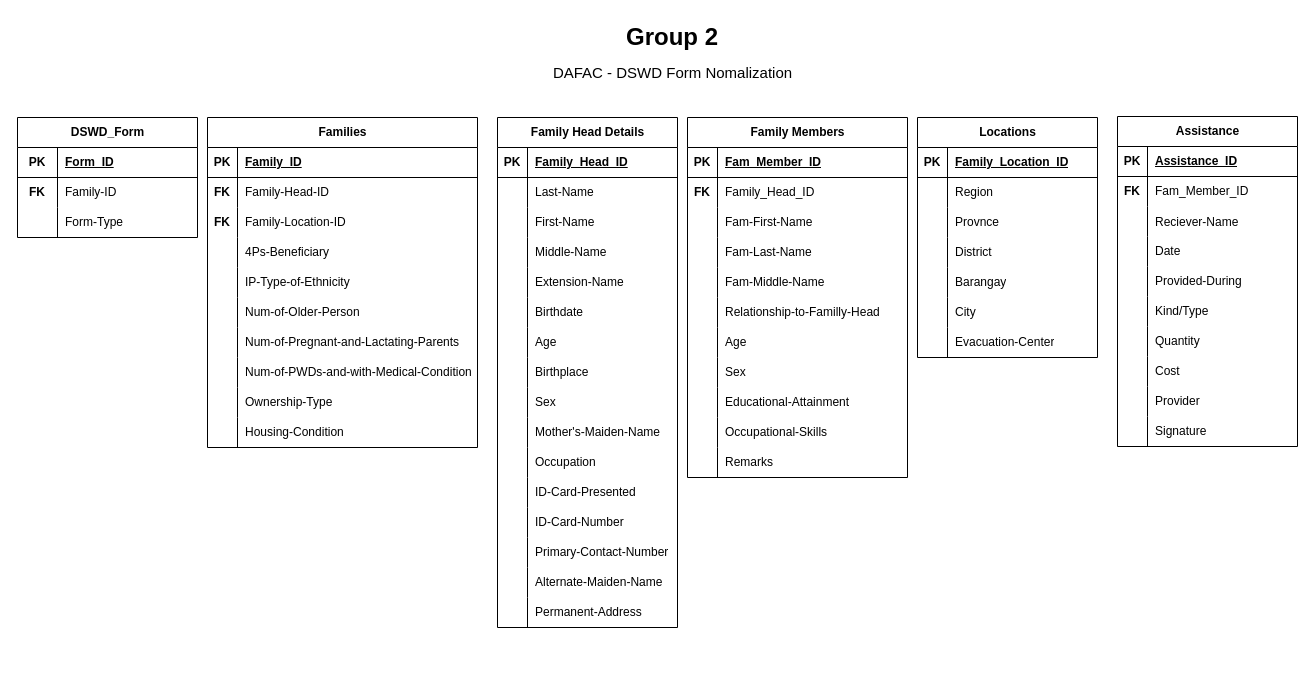
Above: DSWDForm.drawio in Lanxxxe/Apartment-Watch (draw.io), before the change. Source tidied: cells renumbered, new cells numbered last; positions are measured from the earlier drawing's top-left corner, leaving out a move shared by most shapes. Both pictures are drawn from the tidied source at 100%, with x=0, y=0 at pixel (17, 17).
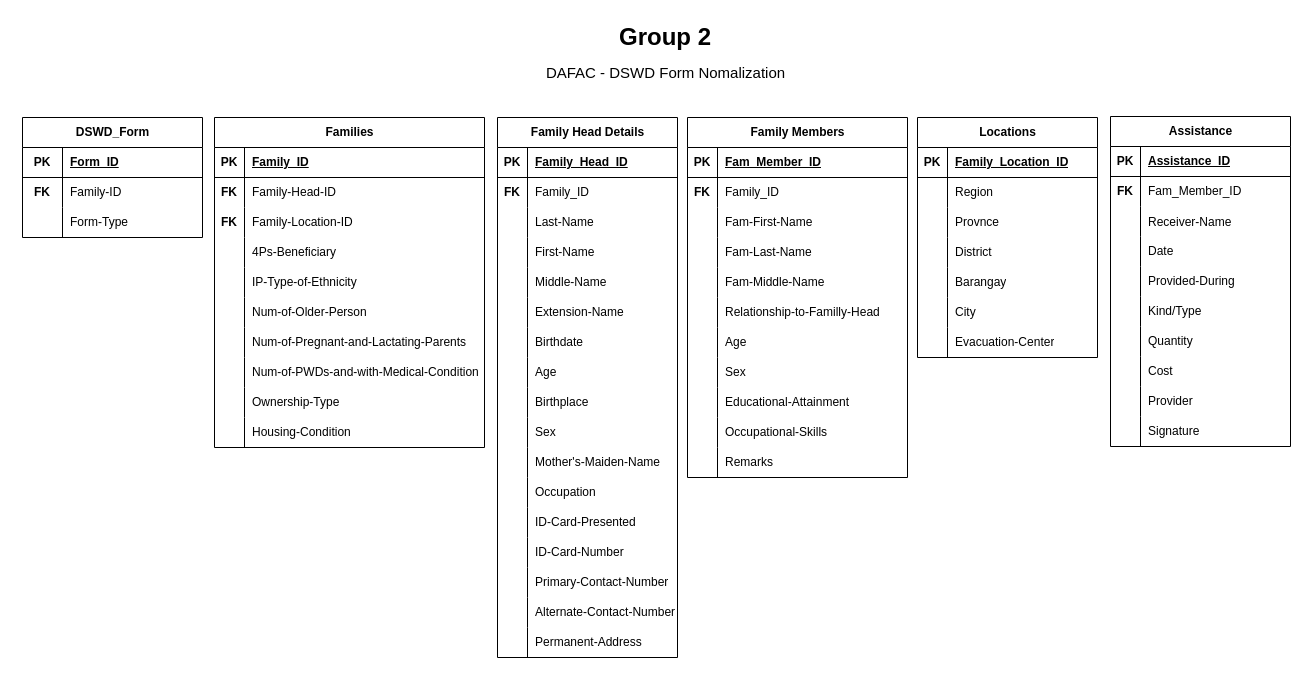
The same diagram, later.

The change refers to these unchanged cells:
```xml
<mxCell id="86" style="shape=tableRow;horizontal=0;startSize=0;swimlaneHead=0;swimlaneBody=0;fillColor=none;top=0;left=0;right=0;bottom=0;" parent="82" vertex="1">
  <mxGeometry y="60" width="220" height="30" as="geometry" />
</mxCell>
<mxCell id="145" style="shape=tableRow;horizontal=0;startSize=0;swimlaneHead=0;swimlaneBody=0;fillColor=none;top=0;left=0;right=0;bottom=0;" parent="138" vertex="1">
  <mxGeometry y="90" width="180" height="30" as="geometry" />
</mxCell>
```

Change to the diagram source:
```diff
@@
     <mxCell id="2" value="Families" style="shape=table;startSize=30;childLayout=tableLayout;rowLines=0;fontStyle=1;align=center;html=1;" parent="1" vertex="1">
-      <mxGeometry x="190" y="100" width="270" height="330" as="geometry" />
+      <mxGeometry x="197" y="100" width="270" height="330" as="geometry" />
     </mxCell>
@@
     <mxCell id="33" value="Family Head Details" style="shape=table;startSize=30;childLayout=tableLayout;rowLines=0;fontStyle=1;align=center;html=1;" parent="1" vertex="1">
-      <mxGeometry x="480" y="100" width="180" height="510" as="geometry" />
+      <mxGeometry x="480" y="100" width="180" height="540" as="geometry" />
     </mxCell>
@@
+    <mxCell id="181" style="shape=tableRow;horizontal=0;startSize=0;swimlaneHead=0;swimlaneBody=0;fillColor=none;top=0;left=0;right=0;bottom=0;" parent="33" vertex="1">
+      <mxGeometry y="60" width="180" height="30" as="geometry" />
+    </mxCell>
+    <mxCell id="182" value="&lt;b&gt;FK&lt;/b&gt;" style="shape=partialRectangle;fillColor=none;top=0;left=0;bottom=0;right=0;overflow=hidden;whiteSpace=wrap;html=1;" parent="181" vertex="1">
+      <mxGeometry width="30" height="30" as="geometry" />
+    </mxCell>
+    <mxCell id="183" value="Family_ID" style="shape=partialRectangle;fillColor=none;top=0;left=0;bottom=0;right=0;align=left;spacingLeft=6;overflow=hidden;whiteSpace=wrap;html=1;" parent="181" vertex="1">
+      <mxGeometry x="30" width="150" height="30" as="geometry" />
+    </mxCell>
     <mxCell id="37" style="shape=tableRow;horizontal=0;startSize=0;swimlaneHead=0;swimlaneBody=0;fillColor=none;top=0;left=0;right=0;bottom=0;" parent="33" vertex="1">
-      <mxGeometry y="60" width="180" height="30" as="geometry" />
+      <mxGeometry y="90" width="180" height="30" as="geometry" />
     </mxCell>
@@
     <mxCell id="40" style="shape=tableRow;horizontal=0;startSize=0;swimlaneHead=0;swimlaneBody=0;fillColor=none;top=0;left=0;right=0;bottom=0;" parent="33" vertex="1">
-      <mxGeometry y="90" width="180" height="30" as="geometry" />
+      <mxGeometry y="120" width="180" height="30" as="geometry" />
     </mxCell>
@@
     <mxCell id="43" style="shape=tableRow;horizontal=0;startSize=0;swimlaneHead=0;swimlaneBody=0;fillColor=none;top=0;left=0;right=0;bottom=0;" parent="33" vertex="1">
-      <mxGeometry y="120" width="180" height="30" as="geometry" />
+      <mxGeometry y="150" width="180" height="30" as="geometry" />
     </mxCell>
@@
     <mxCell id="46" style="shape=tableRow;horizontal=0;startSize=0;swimlaneHead=0;swimlaneBody=0;fillColor=none;top=0;left=0;right=0;bottom=0;" parent="33" vertex="1">
-      <mxGeometry y="150" width="180" height="30" as="geometry" />
+      <mxGeometry y="180" width="180" height="30" as="geometry" />
     </mxCell>
@@
     <mxCell id="49" style="shape=tableRow;horizontal=0;startSize=0;swimlaneHead=0;swimlaneBody=0;fillColor=none;top=0;left=0;right=0;bottom=0;" parent="33" vertex="1">
-      <mxGeometry y="180" width="180" height="30" as="geometry" />
+      <mxGeometry y="210" width="180" height="30" as="geometry" />
     </mxCell>
@@
     <mxCell id="52" style="shape=tableRow;horizontal=0;startSize=0;swimlaneHead=0;swimlaneBody=0;fillColor=none;top=0;left=0;right=0;bottom=0;" parent="33" vertex="1">
-      <mxGeometry y="210" width="180" height="30" as="geometry" />
+      <mxGeometry y="240" width="180" height="30" as="geometry" />
     </mxCell>
@@
     <mxCell id="55" style="shape=tableRow;horizontal=0;startSize=0;swimlaneHead=0;swimlaneBody=0;fillColor=none;top=0;left=0;right=0;bottom=0;" parent="33" vertex="1">
-      <mxGeometry y="240" width="180" height="30" as="geometry" />
+      <mxGeometry y="270" width="180" height="30" as="geometry" />
     </mxCell>
@@
     <mxCell id="58" style="shape=tableRow;horizontal=0;startSize=0;swimlaneHead=0;swimlaneBody=0;fillColor=none;top=0;left=0;right=0;bottom=0;" parent="33" vertex="1">
-      <mxGeometry y="270" width="180" height="30" as="geometry" />
+      <mxGeometry y="300" width="180" height="30" as="geometry" />
     </mxCell>
@@
     <mxCell id="61" style="shape=tableRow;horizontal=0;startSize=0;swimlaneHead=0;swimlaneBody=0;fillColor=none;top=0;left=0;right=0;bottom=0;" parent="33" vertex="1">
-      <mxGeometry y="300" width="180" height="30" as="geometry" />
+      <mxGeometry y="330" width="180" height="30" as="geometry" />
     </mxCell>
@@
     <mxCell id="64" style="shape=tableRow;horizontal=0;startSize=0;swimlaneHead=0;swimlaneBody=0;fillColor=none;top=0;left=0;right=0;bottom=0;" parent="33" vertex="1">
-      <mxGeometry y="330" width="180" height="30" as="geometry" />
+      <mxGeometry y="360" width="180" height="30" as="geometry" />
     </mxCell>
@@
     <mxCell id="67" style="shape=tableRow;horizontal=0;startSize=0;swimlaneHead=0;swimlaneBody=0;fillColor=none;top=0;left=0;right=0;bottom=0;" parent="33" vertex="1">
-      <mxGeometry y="360" width="180" height="30" as="geometry" />
+      <mxGeometry y="390" width="180" height="30" as="geometry" />
     </mxCell>
@@
     <mxCell id="70" style="shape=tableRow;horizontal=0;startSize=0;swimlaneHead=0;swimlaneBody=0;fillColor=none;top=0;left=0;right=0;bottom=0;" parent="33" vertex="1">
-      <mxGeometry y="390" width="180" height="30" as="geometry" />
+      <mxGeometry y="420" width="180" height="30" as="geometry" />
     </mxCell>
@@
     <mxCell id="73" style="shape=tableRow;horizontal=0;startSize=0;swimlaneHead=0;swimlaneBody=0;fillColor=none;top=0;left=0;right=0;bottom=0;" parent="33" vertex="1">
-      <mxGeometry y="420" width="180" height="30" as="geometry" />
+      <mxGeometry y="450" width="180" height="30" as="geometry" />
     </mxCell>
@@
     <mxCell id="76" style="shape=tableRow;horizontal=0;startSize=0;swimlaneHead=0;swimlaneBody=0;fillColor=none;top=0;left=0;right=0;bottom=0;" parent="33" vertex="1">
-      <mxGeometry y="450" width="180" height="30" as="geometry" />
+      <mxGeometry y="480" width="180" height="30" as="geometry" />
     </mxCell>
@@
-    <mxCell id="78" value="Alternate-Maiden-Name" style="shape=partialRectangle;fillColor=none;top=0;left=0;bottom=0;right=0;align=left;spacingLeft=6;overflow=hidden;whiteSpace=wrap;html=1;" parent="76" vertex="1">
+    <mxCell id="78" value="Alternate-Contact-Number" style="shape=partialRectangle;fillColor=none;top=0;left=0;bottom=0;right=0;align=left;spacingLeft=6;overflow=hidden;whiteSpace=wrap;html=1;" parent="76" vertex="1">
       <mxGeometry x="30" width="150" height="30" as="geometry" />
     </mxCell>
     <mxCell id="79" style="shape=tableRow;horizontal=0;startSize=0;swimlaneHead=0;swimlaneBody=0;fillColor=none;top=0;left=0;right=0;bottom=0;" parent="33" vertex="1">
-      <mxGeometry y="480" width="180" height="30" as="geometry" />
+      <mxGeometry y="510" width="180" height="30" as="geometry" />
     </mxCell>
@@
-    <mxCell id="88" value="Family_Head_ID" style="shape=partialRectangle;fillColor=none;top=0;left=0;bottom=0;right=0;align=left;spacingLeft=6;overflow=hidden;whiteSpace=wrap;html=1;" parent="86" vertex="1">
+    <mxCell id="88" value="Family_ID" style="shape=partialRectangle;fillColor=none;top=0;left=0;bottom=0;right=0;align=left;spacingLeft=6;overflow=hidden;whiteSpace=wrap;html=1;" parent="86" vertex="1">
       <mxGeometry x="30" width="190" height="30" as="geometry" />
     </mxCell>
@@
     <mxCell id="138" value="Assistance" style="shape=table;startSize=30;childLayout=tableLayout;rowLines=0;fontStyle=1;align=center;html=1;" parent="1" vertex="1">
-      <mxGeometry x="1100" y="99" width="180" height="330" as="geometry" />
+      <mxGeometry x="1093" y="99" width="180" height="330" as="geometry" />
     </mxCell>
@@
-    <mxCell id="147" value="Reciever-Name" style="shape=partialRectangle;fillColor=none;top=0;left=0;bottom=0;right=0;align=left;spacingLeft=6;overflow=hidden;" parent="145" vertex="1">
+    <mxCell id="147" value="Receiver-Name" style="shape=partialRectangle;fillColor=none;top=0;left=0;bottom=0;right=0;align=left;spacingLeft=6;overflow=hidden;" parent="145" vertex="1">
       <mxGeometry x="30" width="150" height="30" as="geometry" />
     </mxCell>
@@
     <mxCell id="169" value="&lt;font style=&quot;font-size: 24px;&quot;&gt;&lt;b&gt;Group 2&lt;/b&gt;&lt;/font&gt;" style="text;html=1;align=center;verticalAlign=middle;whiteSpace=wrap;rounded=0;" parent="1" vertex="1">
-      <mxGeometry x="590" width="130" height="40" as="geometry" />
+      <mxGeometry x="583" width="130" height="40" as="geometry" />
     </mxCell>
     <mxCell id="170" value="DSWD_Form" style="shape=table;startSize=30;childLayout=tableLayout;rowLines=0;fontStyle=1;align=center;html=1;" parent="1" vertex="1">
-      <mxGeometry y="100" width="180" height="120" as="geometry" />
+      <mxGeometry x="5" y="100" width="180" height="120" as="geometry" />
     </mxCell>
@@
     <mxCell id="180" value="&lt;font style=&quot;font-size: 15px;&quot;&gt;DAFAC - DSWD Form Nomalization&lt;/font&gt;" style="text;html=1;align=center;verticalAlign=middle;whiteSpace=wrap;rounded=0;" parent="1" vertex="1">
-      <mxGeometry x="518.8" y="40" width="272.5" height="30" as="geometry" />
+      <mxGeometry x="511.8" y="40" width="272.5" height="30" as="geometry" />
     </mxCell>
```
